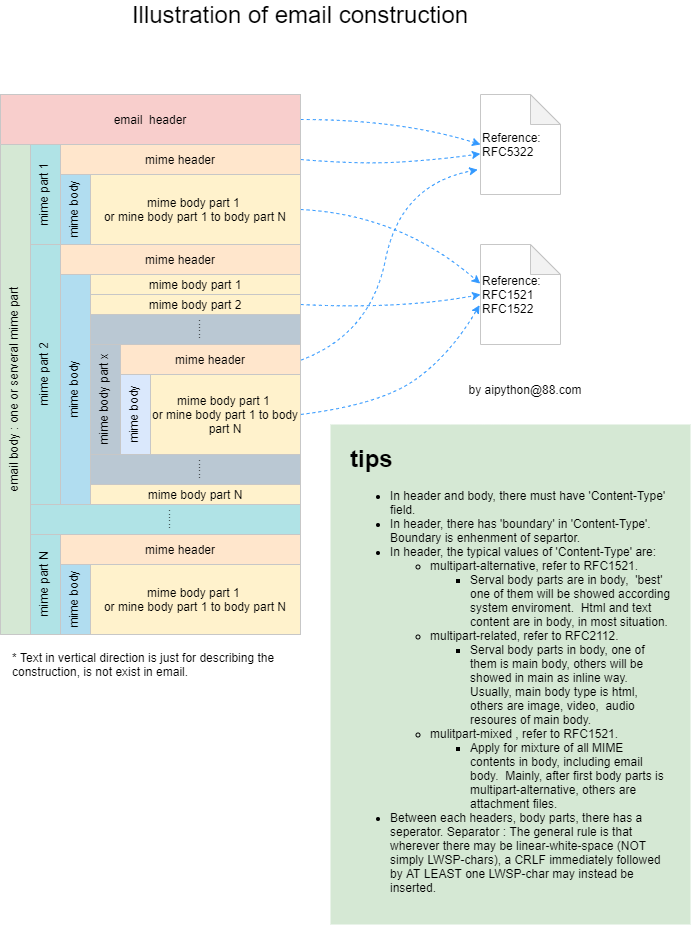
Before: illustration of email construction.png, a diagram exported from draw.io (jryzj/mini_postoffice). Source tidied: cells renumbered, new cells last; positions are measured from the earlier drawing's top-left corner, leaving out a move shared by most shapes.
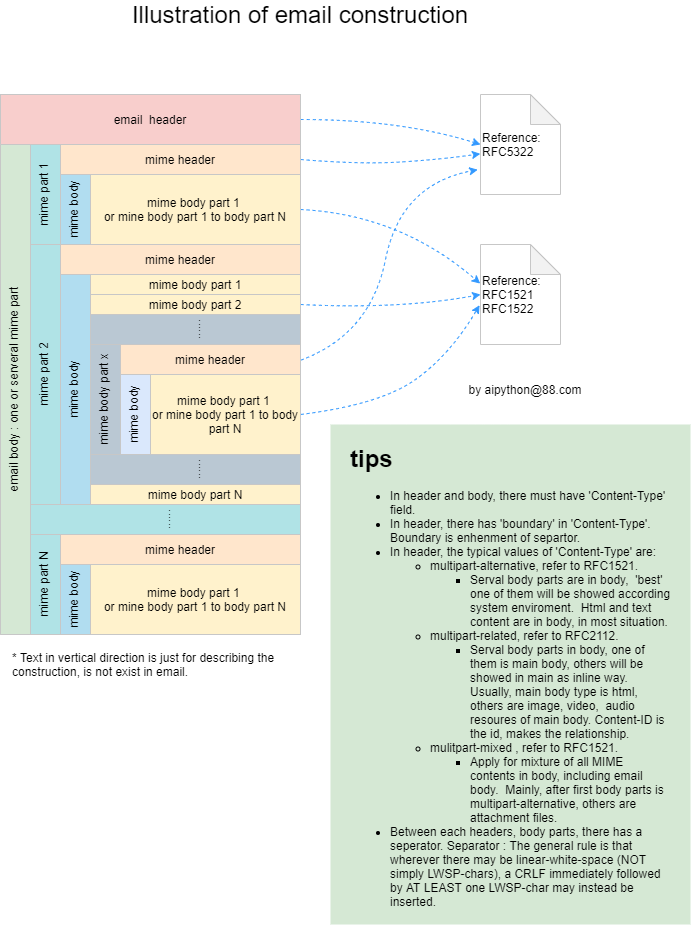
The same diagram one commit later.

Diff of the diagram source:
```diff
@@ -55,7 +55,7 @@
         </Array>
       </mxGeometry>
     </mxCell>
-    <mxCell id="10" value="&lt;h1&gt;tips&lt;/h1&gt;&lt;p&gt;&lt;/p&gt;&lt;ul&gt;&lt;li&gt;In header and body, there must have 'Content-Type' field.&lt;/li&gt;&lt;li&gt;In header, there has 'boundary' in 'Content-Type'. Boundary is enhenment of separtor.&lt;/li&gt;&lt;li&gt;In header, the typical values of 'Content-Type' are:&lt;/li&gt;&lt;ul&gt;&lt;li&gt;multipart-alternative, refer to RFC1521.&lt;/li&gt;&lt;ul&gt;&lt;li&gt;Serval body parts are in body,&amp;nbsp; 'best' one of them will be showed according system enviroment.&amp;nbsp; Html and text content are in body, in most situation.&lt;/li&gt;&lt;/ul&gt;&lt;li&gt;multipart-related, refer to RFC2112.&lt;/li&gt;&lt;ul&gt;&lt;li&gt;Serval body parts in body, one of them is main body, others will be showed in main as inline way. Usually, main body type is html,&amp;nbsp; others are image, video,&amp;nbsp; audio resoures of main body.&lt;/li&gt;&lt;/ul&gt;&lt;li&gt;mulitpart-mixed , refer to RFC1521.&lt;/li&gt;&lt;ul&gt;&lt;li&gt;Apply for mixture of all MIME contents in body, including email body.&amp;nbsp; Mainly, after first body parts is multipart-alternative, others are attachment files.&amp;nbsp;&lt;/li&gt;&lt;/ul&gt;&lt;/ul&gt;&lt;li&gt;Between each headers, body parts, there has a seperator. Separator : The general rule is that wherever  there may  be  linear-white-space  (NOT  simply  LWSP-chars), a CRLF immediately followed by AT LEAST one LWSP-char may instead  be inserted.&amp;nbsp;&lt;/li&gt;&lt;/ul&gt;&lt;p&gt;&lt;/p&gt;" style="text;html=1;fillColor=#d5e8d4;spacing=20;spacingTop=-20;whiteSpace=wrap;overflow=hidden;rounded=0;align=left;sketch=0;shadow=0;glass=0;" parent="1" vertex="1">
+    <mxCell id="10" value="&lt;h1&gt;tips&lt;/h1&gt;&lt;p&gt;&lt;/p&gt;&lt;ul&gt;&lt;li&gt;In header and body, there must have 'Content-Type' field.&lt;/li&gt;&lt;li&gt;In header, there has 'boundary' in 'Content-Type'. Boundary is enhenment of separtor.&lt;/li&gt;&lt;li&gt;In header, the typical values of 'Content-Type' are:&lt;/li&gt;&lt;ul&gt;&lt;li&gt;multipart-alternative, refer to RFC1521.&lt;/li&gt;&lt;ul&gt;&lt;li&gt;Serval body parts are in body,&amp;nbsp; 'best' one of them will be showed according system enviroment.&amp;nbsp; Html and text content are in body, in most situation.&lt;/li&gt;&lt;/ul&gt;&lt;li&gt;multipart-related, refer to RFC2112.&lt;/li&gt;&lt;ul&gt;&lt;li&gt;Serval body parts in body, one of them is main body, others will be showed in main as inline way. Usually, main body type is html,&amp;nbsp; others are image, video,&amp;nbsp; audio resoures of main body. Content-ID is the id, makes the relationship.&lt;/li&gt;&lt;/ul&gt;&lt;li&gt;mulitpart-mixed , refer to RFC1521.&lt;/li&gt;&lt;ul&gt;&lt;li&gt;Apply for mixture of all MIME contents in body, including email body.&amp;nbsp; Mainly, after first body parts is multipart-alternative, others are attachment files.&amp;nbsp;&lt;/li&gt;&lt;/ul&gt;&lt;/ul&gt;&lt;li&gt;Between each headers, body parts, there has a seperator. Separator : The general rule is that wherever  there may  be  linear-white-space  (NOT  simply  LWSP-chars), a CRLF immediately followed by AT LEAST one LWSP-char may instead  be inserted.&amp;nbsp;&lt;/li&gt;&lt;/ul&gt;&lt;p&gt;&lt;/p&gt;" style="text;html=1;fillColor=#d5e8d4;spacing=20;spacingTop=-20;whiteSpace=wrap;overflow=hidden;rounded=0;align=left;sketch=0;shadow=0;glass=0;" parent="1" vertex="1">
       <mxGeometry x="330" y="420" width="360" height="500" as="geometry" />
     </mxCell>
     <mxCell id="11" value="Illustration of email construction" style="text;html=1;strokeColor=none;fillColor=none;align=center;verticalAlign=middle;whiteSpace=wrap;rounded=0;fontSize=24;" parent="1" vertex="1">
```
